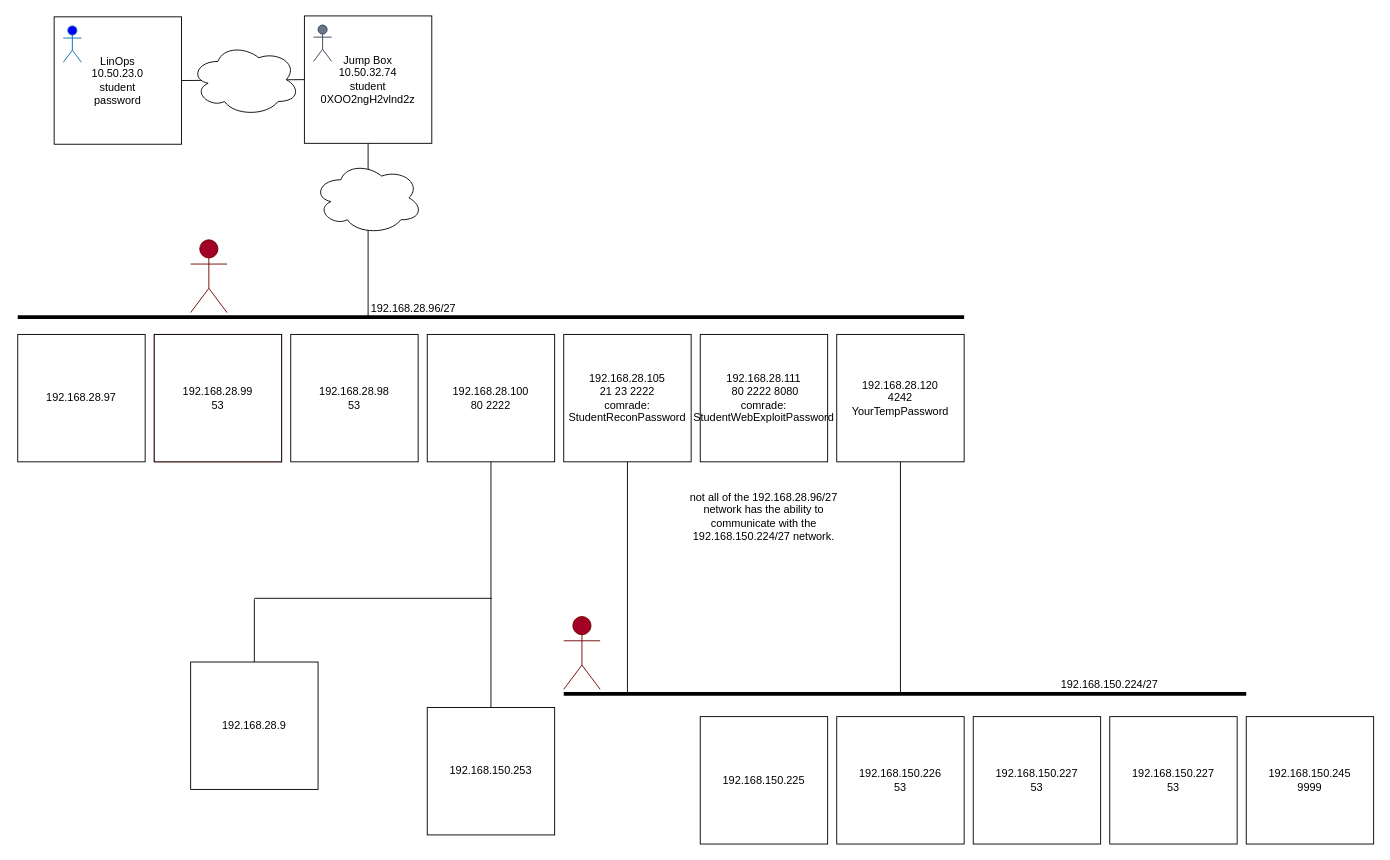
TheWaltuh/COSC-Notes keeps this draw.io diagram as page "Page-1" (1 of 5) of Security/Vacca/Security Map.drawio. Above is the earlier version. Source tidied: cells renumbered, new cells numbered last; positions are measured from the earlier drawing's top-left corner, leaving out a move shared by most shapes. Both pictures are drawn from the tidied source at 91%, with x=0, y=0 at pixel (17, 15).
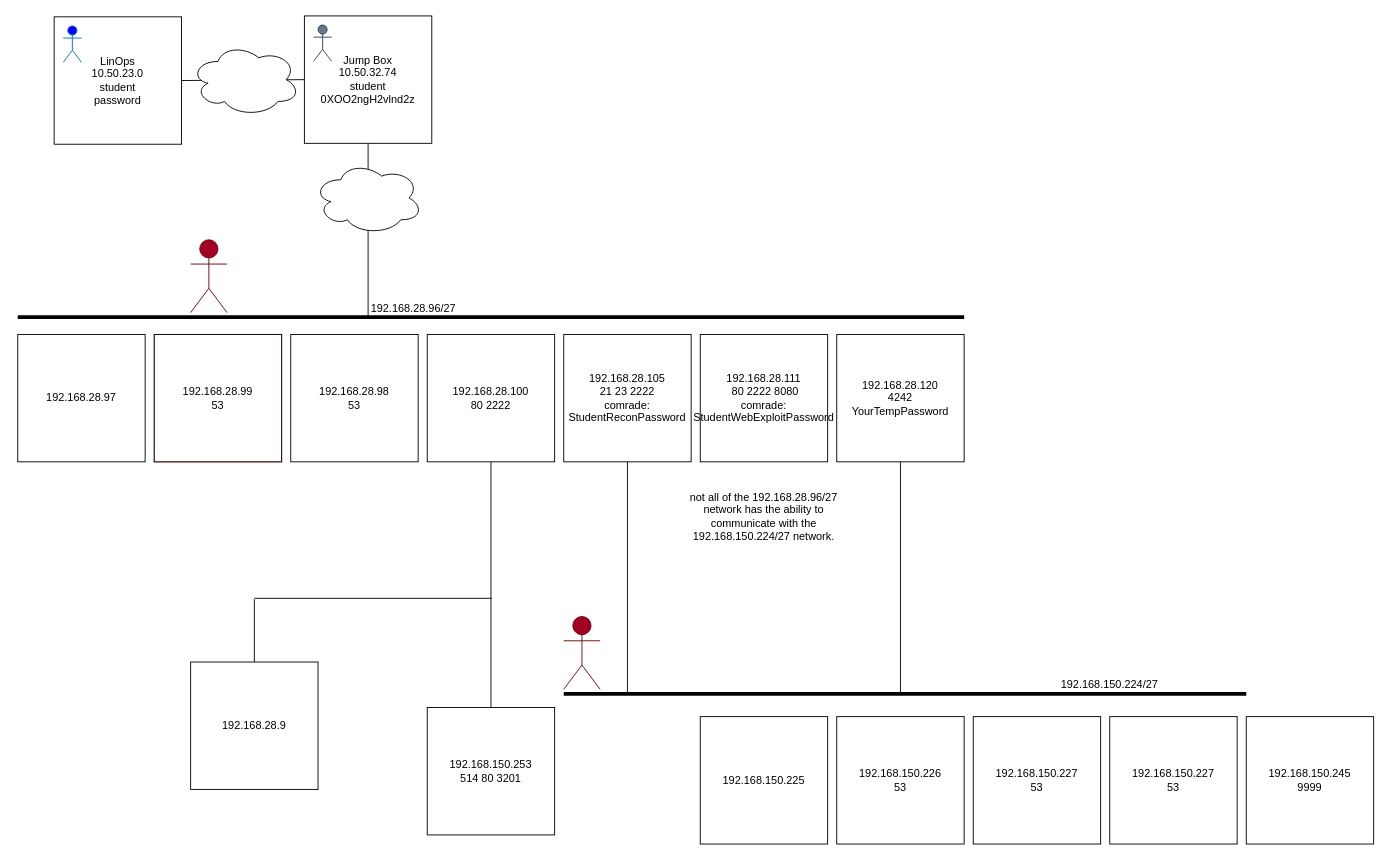
Above is the later version.

Change to the diagram source:
```diff
@@
-    <mxCell id="34" value="192.168.150.253" style="whiteSpace=wrap;html=1;" parent="1" vertex="1">
+    <mxCell id="34" value="&lt;div&gt;192.168.150.253&lt;/div&gt;514 80 3201" style="whiteSpace=wrap;html=1;" parent="1" vertex="1">
       <mxGeometry x="450" y="760" width="140" height="140" as="geometry" />
     </mxCell>
```
